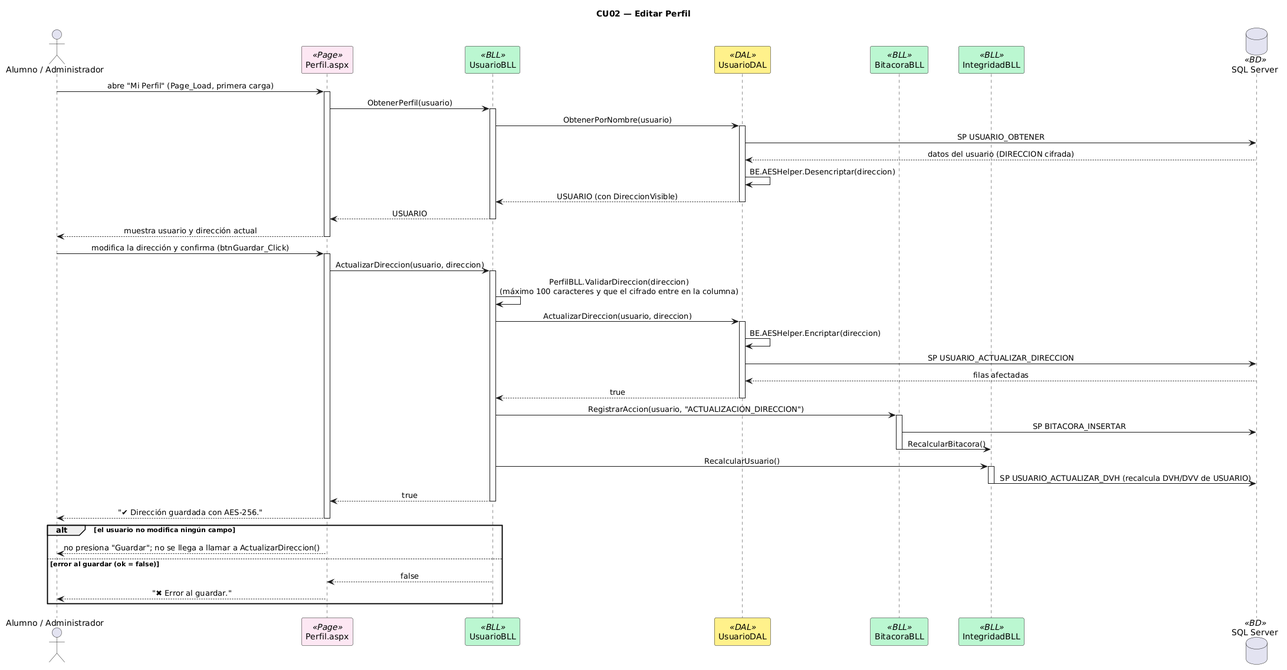
This is DIAGRAMAS/Secuencia_CU02_EditarPerfil.png from Urrels/tpDYAWeb, a PlantUML export, as it was before one commit.
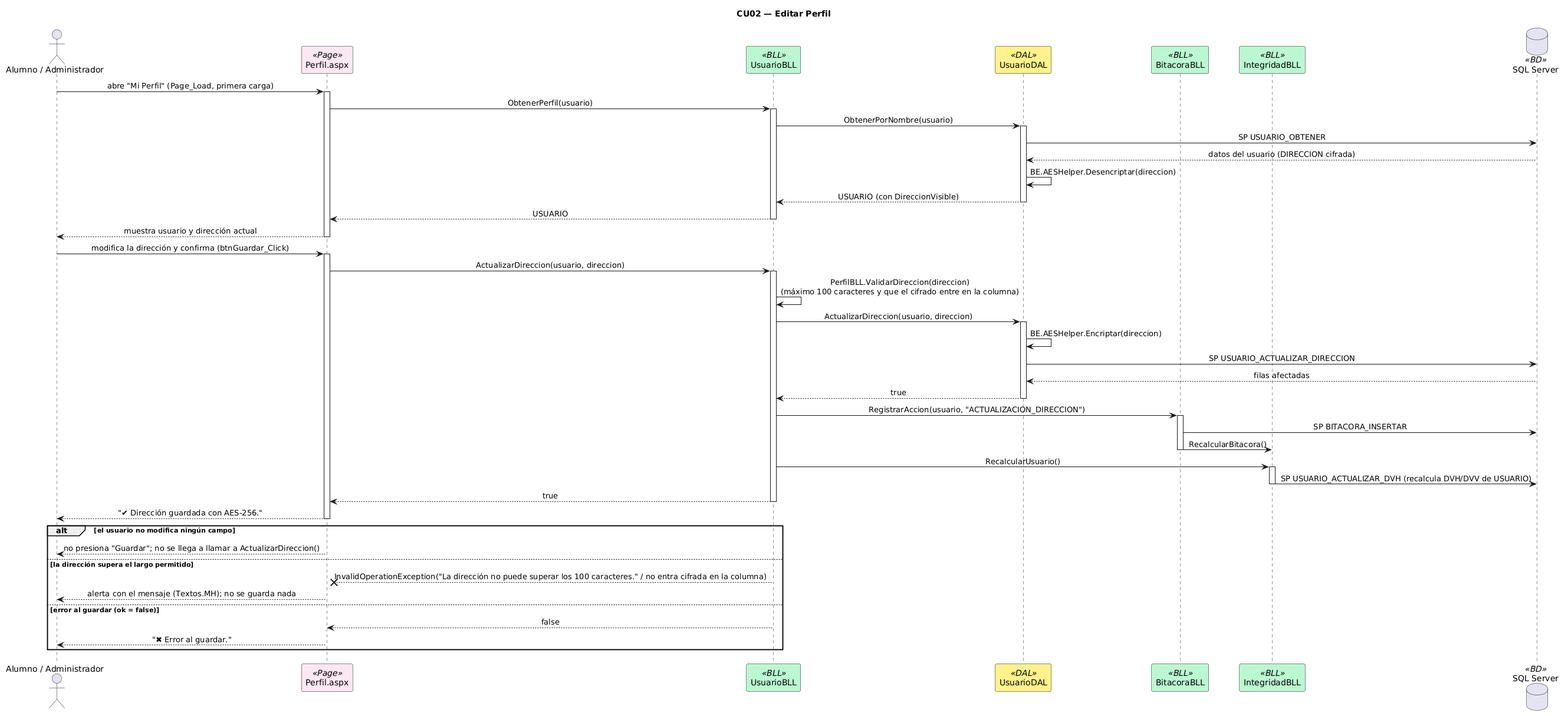
The same file after the commit.

Change to the diagram source:
```diff
@@ -57,6 +57,9 @@
 deactivate PAGE
 alt el usuario no modifica ningún campo
 PAGE --> A : no presiona "Guardar"; no se llega a llamar a ActualizarDireccion()
+else la dirección supera el largo permitido
+BLL --x PAGE : InvalidOperationException("La dirección no puede superar los 100 caracteres." / no entra cifrada en la columna)
+PAGE --> A : alerta con el mensaje (Textos.MH); no se guarda nada
 else error al guardar (ok = false)
 BLL --> PAGE : false
 PAGE --> A : "✖ Error al guardar."
```
